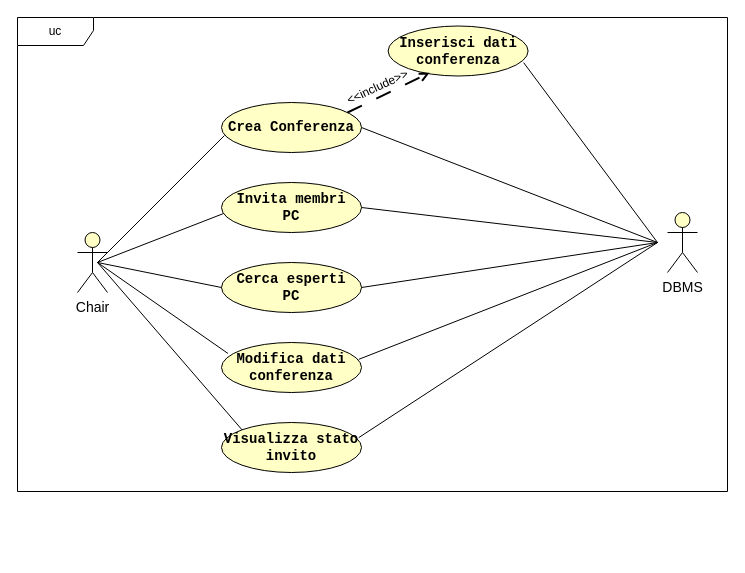
Above: RAD/images/GestioneConferenza.drawio in Gabro29/IngegneriaSoftware (draw.io), before the change. Source tidied: cells renumbered, new cells numbered last; positions are measured from the earlier drawing's top-left corner, leaving out a move shared by most shapes. Both pictures are drawn from the tidied source at 100%, with x=0, y=0 at pixel (17, 17).
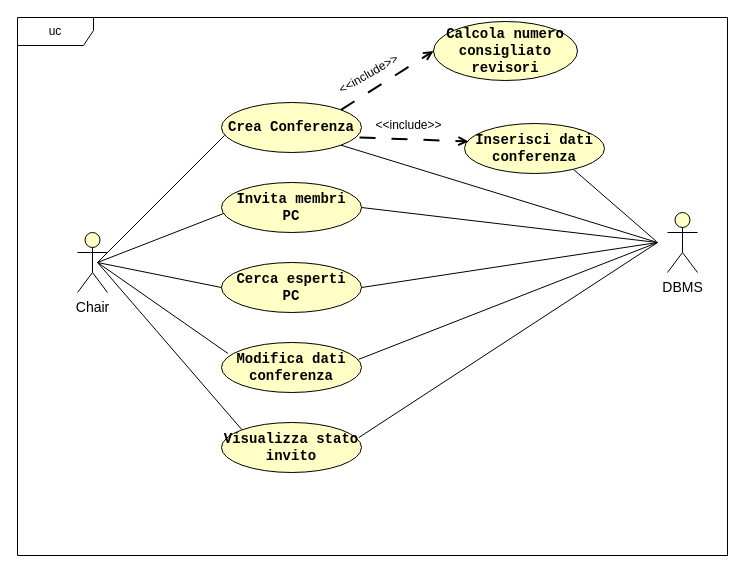
The same diagram, later.

Commit message:
Aggiornato consiglio numero revisori

The change refers to these unchanged cells:
```xml
<mxCell id="3" value="&lt;font face=&quot;Courier New&quot; color=&quot;#000000&quot;&gt;&lt;span style=&quot;caret-color: rgb(0, 0, 0); font-size: 14px;&quot;&gt;&lt;b&gt;Crea Conferenza&lt;/b&gt;&lt;/span&gt;&lt;/font&gt;" style="ellipse;whiteSpace=wrap;html=1;fillColor=light-dark(#FFFFC6,#FDF89C);strokeColor=light-dark(#000000,#000000);gradientColor=none;" parent="1" vertex="1">
  <mxGeometry x="204" y="85" width="140" height="50" as="geometry" />
</mxCell>
```

Diff of the diagram source:
```diff
@@
     <mxCell id="4" value="&lt;font face=&quot;Courier New&quot; color=&quot;#000000&quot;&gt;&lt;span style=&quot;caret-color: rgb(0, 0, 0); font-size: 14px;&quot;&gt;&lt;b&gt;Inserisci dati conferenza&lt;/b&gt;&lt;/span&gt;&lt;/font&gt;" style="ellipse;whiteSpace=wrap;html=1;fillColor=light-dark(#FFFFC6,#FDF89C);strokeColor=light-dark(#000000,#000000);gradientColor=none;" parent="1" vertex="1">
-      <mxGeometry x="370.6" y="8.5" width="140" height="50" as="geometry" />
+      <mxGeometry x="447" y="106" width="140" height="50" as="geometry" />
     </mxCell>
@@
-    <mxCell id="14" style="endArrow=open;dashed=1;html=1;dashPattern=8 8;strokeWidth=2;rounded=0;strokeColor=light-dark(#000000,#000000);endFill=0;entryX=0.296;entryY=0.936;entryDx=0;entryDy=0;entryPerimeter=0;exitX=0.9;exitY=0.2;exitDx=0;exitDy=0;exitPerimeter=0;fontFamily=Times New Roman;" parent="1" edge="1" source="3" target="4">
-      <mxGeometry relative="1" as="geometry" />
+    <mxCell id="14" style="endArrow=open;dashed=1;html=1;dashPattern=8 8;strokeWidth=2;rounded=0;strokeColor=light-dark(#000000,#000000);endFill=0;exitX=0.986;exitY=0.7;exitDx=0;exitDy=0;exitPerimeter=0;fontFamily=Times New Roman;" parent="1" edge="1" source="3">
+      <mxGeometry relative="1" as="geometry">
+        <mxPoint x="451" y="124" as="targetPoint" />
+      </mxGeometry>
     </mxCell>
-    <mxCell id="15" value="&amp;lt;&amp;lt;include&amp;gt;&amp;gt;" style="text;html=1;align=center;verticalAlign=middle;strokeColor=none;fillColor=none;rotation=-25;" parent="1" vertex="1">
-      <mxGeometry x="315" y="55" width="90" height="30" as="geometry" />
+    <mxCell id="15" value="&amp;lt;&amp;lt;include&amp;gt;&amp;gt;" style="text;html=1;align=center;verticalAlign=middle;strokeColor=none;fillColor=none;rotation=0;" parent="1" vertex="1">
+      <mxGeometry x="346" y="93" width="90" height="30" as="geometry" />
     </mxCell>
@@
-    <mxCell id="17" style="rounded=0;jettySize=auto;html=1;strokeColor=light-dark(#000000,#000000);endArrow=none;startFill=0;entryX=0.968;entryY=0.732;entryDx=0;entryDy=0;entryPerimeter=0;" parent="1" edge="1" target="4">
+    <mxCell id="17" style="rounded=0;jettySize=auto;html=1;strokeColor=light-dark(#000000,#000000);endArrow=none;startFill=0;entryX=0.779;entryY=0.92;entryDx=0;entryDy=0;entryPerimeter=0;" parent="1" edge="1" target="4">
       <mxGeometry relative="1" as="geometry">
-        <mxPoint x="640" y="225" as="sourcePoint" />
+        <mxPoint x="639" y="224" as="sourcePoint" />
       </mxGeometry>
     </mxCell>
@@
-    <mxCell id="19" style="rounded=0;jettySize=auto;html=1;strokeColor=light-dark(#000000,#000000);endArrow=none;startFill=0;entryX=1;entryY=0.5;entryDx=0;entryDy=0;" parent="1" edge="1" target="3">
+    <mxCell id="19" style="rounded=0;jettySize=auto;html=1;strokeColor=light-dark(#000000,#000000);endArrow=none;startFill=0;entryX=1;entryY=1;entryDx=0;entryDy=0;" parent="1" edge="1" target="3">
       <mxGeometry relative="1" as="geometry">
         <mxPoint x="640" y="225" as="sourcePoint" />
       </mxGeometry>
     </mxCell>
@@
     <mxCell id="23" value="uc" style="shape=umlFrame;whiteSpace=wrap;html=1;strokeColor=light-dark(#000000,#000000);width=76;height=28;" parent="1" vertex="1">
-      <mxGeometry width="710" height="474" as="geometry" />
+      <mxGeometry width="710" height="538" as="geometry" />
     </mxCell>
+    <mxCell id="24" value="&lt;font face=&quot;Courier New&quot; color=&quot;#000000&quot;&gt;&lt;span style=&quot;caret-color: rgb(0, 0, 0); font-size: 14px;&quot;&gt;&lt;b&gt;Calcola numero&lt;/b&gt;&lt;/span&gt;&lt;/font&gt;&lt;div&gt;&lt;font face=&quot;Courier New&quot; color=&quot;#000000&quot;&gt;&lt;span style=&quot;caret-color: rgb(0, 0, 0); font-size: 14px;&quot;&gt;&lt;b&gt;consigliato&lt;/b&gt;&lt;/span&gt;&lt;/font&gt;&lt;/div&gt;&lt;div&gt;&lt;font face=&quot;Courier New&quot; color=&quot;#000000&quot;&gt;&lt;span style=&quot;caret-color: rgb(0, 0, 0); font-size: 14px;&quot;&gt;&lt;b&gt;revisori&lt;/b&gt;&lt;/span&gt;&lt;/font&gt;&lt;/div&gt;" style="ellipse;whiteSpace=wrap;html=1;fillColor=light-dark(#FFFFC6,#FDF89C);strokeColor=light-dark(#000000,#000000);gradientColor=none;" parent="1" vertex="1">
+      <mxGeometry x="416" y="4" width="144" height="59" as="geometry" />
+    </mxCell>
+    <mxCell id="25" style="endArrow=open;dashed=1;html=1;dashPattern=8 8;strokeWidth=2;rounded=0;strokeColor=light-dark(#000000,#000000);endFill=0;exitX=1;exitY=0;exitDx=0;exitDy=0;fontFamily=Times New Roman;entryX=0;entryY=0.5;entryDx=0;entryDy=0;" parent="1" edge="1" source="3" target="24">
+      <mxGeometry relative="1" as="geometry" />
+    </mxCell>
+    <mxCell id="26" value="&amp;lt;&amp;lt;include&amp;gt;&amp;gt;" style="text;html=1;align=center;verticalAlign=middle;strokeColor=none;fillColor=none;rotation=-30;" parent="1" vertex="1">
+      <mxGeometry x="306" y="42" width="90" height="30" as="geometry" />
+    </mxCell>
```
